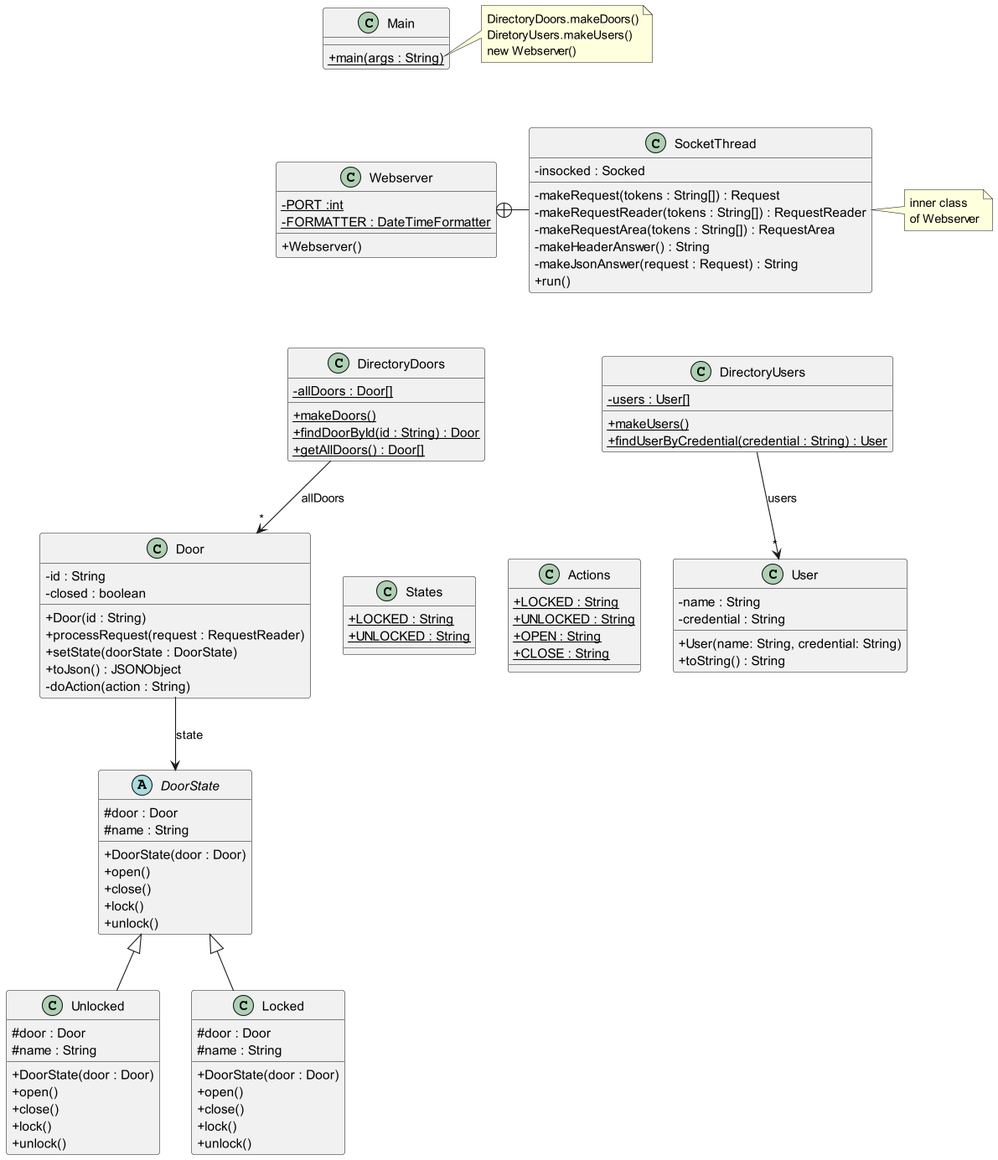
Above: src/baseNoStates/uml/base_no_states.png in MC4MP02/ACS (PlantUML), before the change.
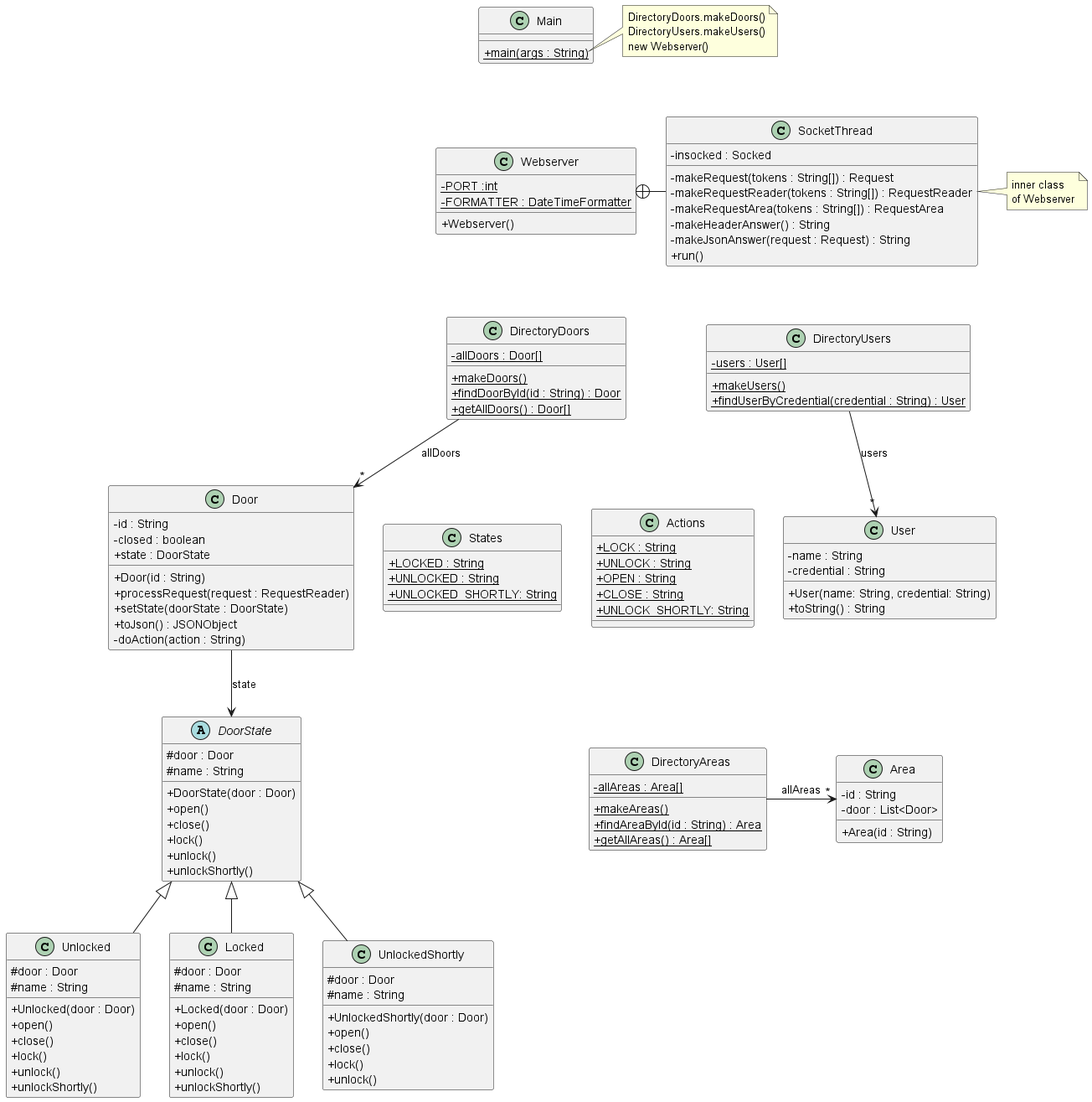
After the change.

Change to the diagram source:
```diff
@@ -44,6 +44,7 @@
 class Door {
 - id : String
 - closed : boolean
++ state : DoorState
 + Door(id : String)
 + processRequest(request : RequestReader)
 + setState(doorState : DoorState)
@@ -59,22 +60,35 @@
 + close()
 + lock()
 + unlock()
++ unlockShortly()
 }
 
 class Unlocked extends DoorState {
 #door : Door
 #name : String
-+ DoorState(door : Door)
++ Unlocked(door : Door)
 + open()
 + close()
 + lock()
 + unlock()
++ unlockShortly()
 }
 
 class Locked extends DoorState {
 #door : Door
 #name : String
-+ DoorState(door : Door)
++ Locked(door : Door)
++ open()
++ close()
++ lock()
++ unlock()
++ unlockShortly()
+}
+
+class UnlockedShortly extends DoorState {
+#door : Door
+#name : String
++ UnlockedShortly(door : Door)
 + open()
 + close()
 + lock()
@@ -84,13 +98,15 @@
 class States {
 + {static} LOCKED : String
 + {static} UNLOCKED : String
++ {static} UNLOCKED_SHORTLY: String
 }
 
 class Actions {
-+ {static} LOCKED : String
-+ {static} UNLOCKED : String
++ {static} LOCK : String
++ {static} UNLOCK : String
 + {static} OPEN : String
 + {static} CLOSE : String
++ {static} UNLOCK_SHORTLY: String
 }
 
 class User {
@@ -101,16 +117,36 @@
 }
 
 
+class Area {
+- id : String
+- door : List<Door>
++ Area(id : String)
+}
+
+
+
+class DirectoryAreas {
+- {static} allAreas : Area[]
++ {static} makeAreas()
++ {static} findAreaById(id : String) : Area
++ {static} getAllAreas() : Area[]
+}
+
+DirectoryAreas --> "*" Area : "allAreas"
+
+
 class Main {
 + {static} main(args : String)
 }
 
 note right of Main::main
 DirectoryDoors.makeDoors()
-DiretoryUsers.makeUsers()
+DirectoryUsers.makeUsers()
 new Webserver()
 end note
 
+DirectoryAreas -[hidden]right- Area
+Area -[hidden]up- User
 Main -[hidden]down- Webserver
 Webserver -[hidden]down- DirectoryDoors
 DirectoryDoors -[hidden]right- DirectoryUsers
```
